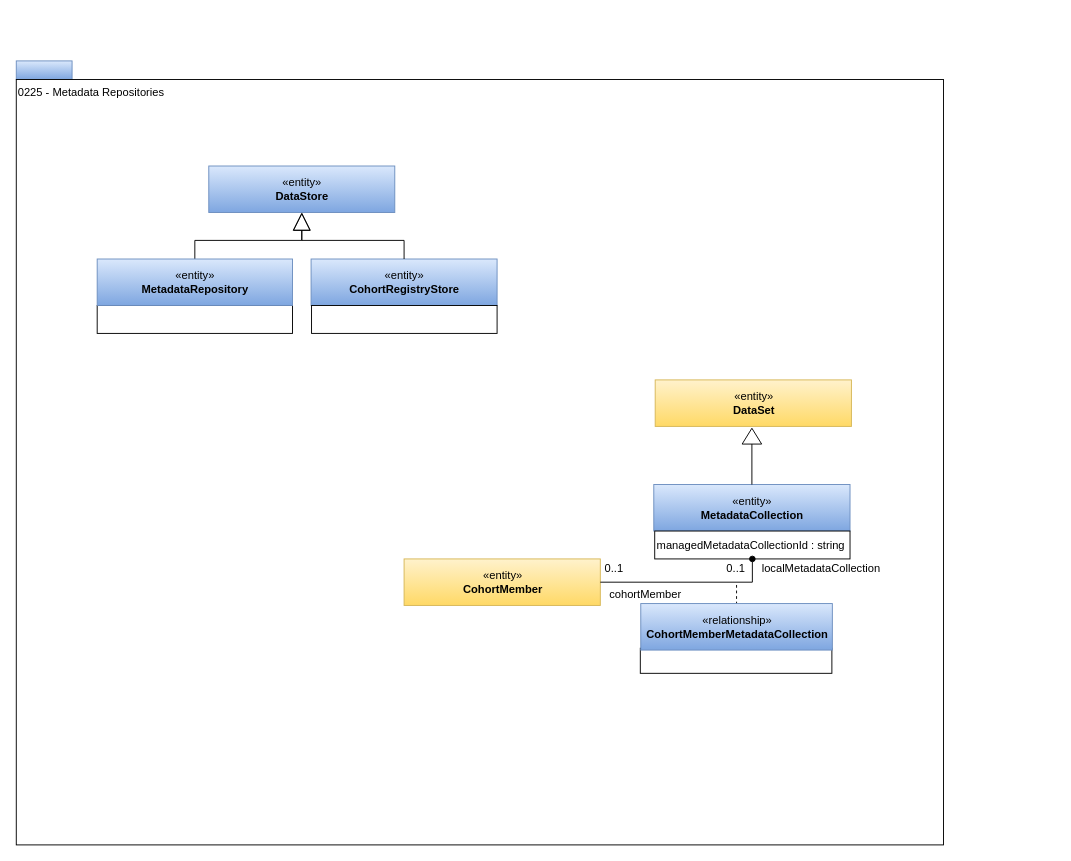
This is page "0225-Metadata-Repositories" (14 of 24) of site/docs/types/2/area-2-assets.drawio from odpi/egeria-docs, a draw.io file, before an edit. Source tidied: cells renumbered, new cells numbered last; positions are measured from the earlier drawing's top-left corner, leaving out a move shared by most shapes. Both pictures are drawn from the tidied source at 93%, with x=0, y=0 at pixel (16, 60).
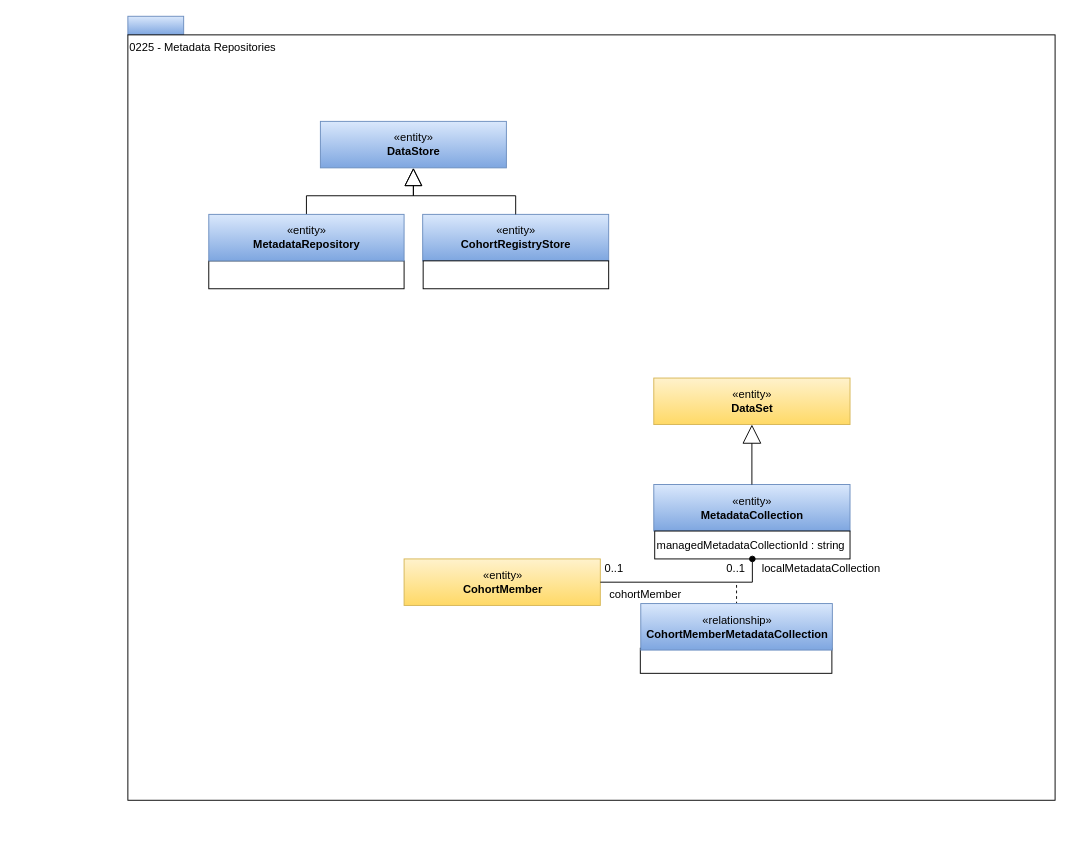
After the change.

Unchanged cells that the change refers to:
```xml
<mxCell id="20" value="«entity»&lt;br&gt;&lt;b&gt;MetadataCollection&lt;/b&gt;" style="html=1;strokeColor=#6c8ebf;align=center;fillColor=#dae8fc;gradientColor=#7ea6e0;" parent="1" vertex="1">
  <mxGeometry x="685.5" y="455.5" width="211" height="50" as="geometry" />
</mxCell>
```

Change to the diagram source:
```diff
@@
     <mxCell id="2" style="rounded=0;whiteSpace=wrap;html=1;align=left;fillColor=#dae8fc;strokeColor=#6c8ebf;gradientColor=#7ea6e0;" parent="1" vertex="1">
-      <mxGeometry width="60" height="20" as="geometry" />
+      <mxGeometry x="120" y="-48" width="60" height="20" as="geometry" />
     </mxCell>
     <mxCell id="3" value="0225 - Metadata Repositories" style="rounded=0;whiteSpace=wrap;html=1;align=left;verticalAlign=top;" parent="1" vertex="1">
-      <mxGeometry y="20" width="997" height="823" as="geometry" />
+      <mxGeometry x="120" y="-28" width="997" height="823" as="geometry" />
     </mxCell>
@@
     <mxCell id="13" style="rounded=0;whiteSpace=wrap;html=1;strokeColor=#000000;gradientColor=#ffffff;align=left;" parent="1" vertex="1">
-      <mxGeometry x="87" y="263" width="210" height="30" as="geometry" />
+      <mxGeometry x="207" y="215" width="210" height="30" as="geometry" />
     </mxCell>
     <mxCell id="14" value="«entity»&lt;br&gt;&lt;b&gt;MetadataRepository&lt;/b&gt;" style="html=1;strokeColor=#6c8ebf;align=center;fillColor=#dae8fc;gradientColor=#7ea6e0;" parent="1" vertex="1">
-      <mxGeometry x="87" y="213" width="210" height="50" as="geometry" />
+      <mxGeometry x="207" y="165" width="210" height="50" as="geometry" />
     </mxCell>
     <mxCell id="15" value="«entity»&lt;br&gt;&lt;b&gt;DataStore&lt;/b&gt;" style="html=1;strokeColor=#6c8ebf;align=center;fillColor=#dae8fc;gradientColor=#7ea6e0;" parent="1" vertex="1">
-      <mxGeometry x="207" y="113" width="200" height="50" as="geometry" />
+      <mxGeometry x="327" y="65" width="200" height="50" as="geometry" />
     </mxCell>
     <mxCell id="16" value="«entity»&lt;br&gt;&lt;b&gt;CohortRegistryStore&lt;/b&gt;" style="html=1;strokeColor=#6c8ebf;align=center;fillColor=#dae8fc;gradientColor=#7ea6e0;" parent="1" vertex="1">
-      <mxGeometry x="317" y="213" width="200" height="50" as="geometry" />
+      <mxGeometry x="437" y="165" width="200" height="50" as="geometry" />
     </mxCell>
     <mxCell id="17" style="rounded=0;whiteSpace=wrap;html=1;strokeColor=#000000;gradientColor=#ffffff;align=left;" parent="1" vertex="1">
-      <mxGeometry x="317.5" y="263" width="199.5" height="30" as="geometry" />
+      <mxGeometry x="437.5" y="215" width="199.5" height="30" as="geometry" />
     </mxCell>
@@
     <mxCell id="19" value="«entity»&lt;br&gt;&lt;b&gt;DataSet&lt;/b&gt;" style="html=1;strokeColor=#d6b656;align=center;fillColor=#fff2cc;gradientColor=#ffd966;" parent="1" vertex="1">
-      <mxGeometry x="687" y="343" width="211" height="50" as="geometry" />
+      <mxGeometry x="685.5" y="341" width="211" height="50" as="geometry" />
     </mxCell>
@@
-    <mxCell id="22" style="triangle;whiteSpace=wrap;html=1;strokeColor=#000000;gradientColor=#ffffff;align=center;rotation=-90;" parent="1" vertex="1">
-      <mxGeometry x="782.5" y="393" width="17" height="21" as="geometry" />
-    </mxCell>
-    <mxCell id="23" style="edgeStyle=orthogonalEdgeStyle;rounded=0;jettySize=auto;html=1;exitX=0;exitY=0.5;exitDx=0;exitDy=0;endArrow=none;endFill=0;" parent="1" edge="1" source="22" target="20">
-      <mxGeometry relative="1" as="geometry" />
-    </mxCell>
@@
+    <mxCell id="25" style="edgeStyle=orthogonalEdgeStyle;rounded=0;jettySize=auto;html=1;exitX=0.5;exitY=0;exitDx=0;exitDy=0;strokeWidth=1;endArrow=block;endFill=0;endSize=18;" parent="1" edge="1" source="20" target="19">
+      <mxGeometry relative="1" as="geometry" />
+    </mxCell>
```
